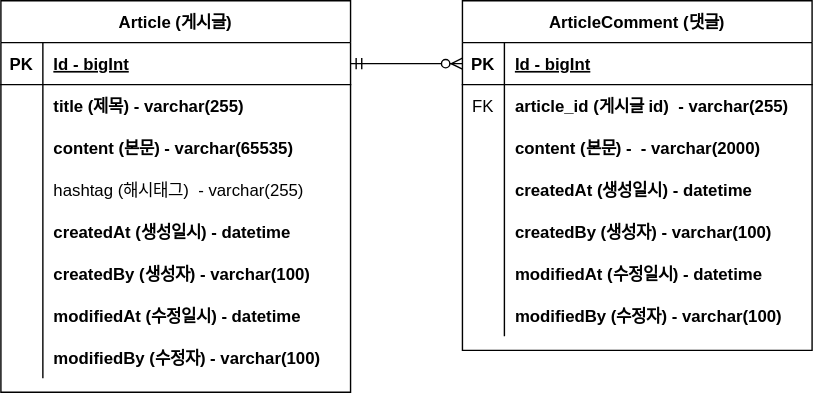
This is document/project-board-erd.svg from TaemHam/board-clonecoding-project, a draw.io export, as it was before one commit. Source tidied: cells renumbered, new cells last; positions are measured from the earlier drawing's top-left corner, leaving out a move shared by most shapes.
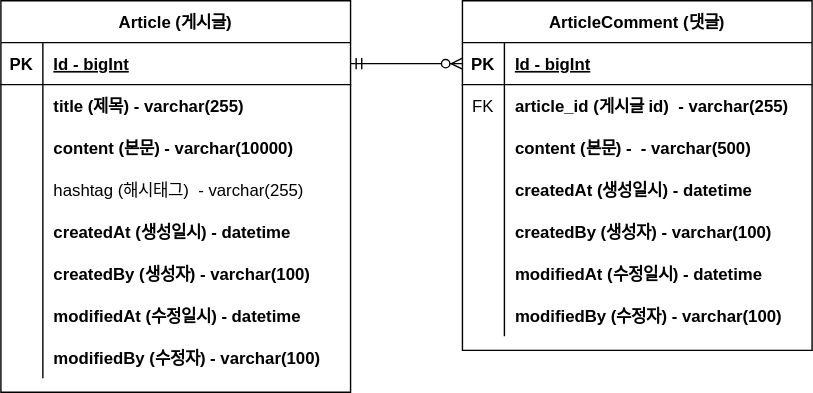
After the commit.

Commit message:
#10 - ERD 업데이트: content 사이즈 변경

Change to the diagram source:
```diff
@@ -29,7 +29,7 @@
     <mxCell id="10" style="shape=partialRectangle;overflow=hidden;fillColor=none;top=0;left=0;bottom=0;right=0;" parent="9" vertex="1">
       <mxGeometry width="30" height="30" as="geometry" />
     </mxCell>
-    <mxCell id="11" value="content (본문) - varchar(65535)" style="shape=partialRectangle;overflow=hidden;fillColor=none;top=0;left=0;bottom=0;right=0;align=left;spacingLeft=6;fontStyle=1;" parent="9" vertex="1">
+    <mxCell id="11" value="content (본문) - varchar(10000)" style="shape=partialRectangle;overflow=hidden;fillColor=none;top=0;left=0;bottom=0;right=0;align=left;spacingLeft=6;fontStyle=1;" parent="9" vertex="1">
       <mxGeometry x="30" width="220" height="30" as="geometry" />
     </mxCell>
     <mxCell id="12" style="shape=partialRectangle;fillColor=none;top=0;left=0;right=0;bottom=0;" parent="2" vertex="1">
@@ -104,7 +104,7 @@
     <mxCell id="35" style="shape=partialRectangle;overflow=hidden;fillColor=none;top=0;left=0;bottom=0;right=0;" parent="34" vertex="1">
       <mxGeometry width="30" height="30" as="geometry" />
     </mxCell>
-    <mxCell id="36" value="content (본문) -  - varchar(2000)" style="shape=partialRectangle;overflow=hidden;fillColor=none;top=0;left=0;bottom=0;right=0;align=left;spacingLeft=6;fontStyle=1;" parent="34" vertex="1">
+    <mxCell id="36" value="content (본문) -  - varchar(500)" style="shape=partialRectangle;overflow=hidden;fillColor=none;top=0;left=0;bottom=0;right=0;align=left;spacingLeft=6;fontStyle=1;" parent="34" vertex="1">
       <mxGeometry x="30" width="220" height="30" as="geometry" />
     </mxCell>
     <mxCell id="37" style="shape=partialRectangle;fillColor=none;top=0;left=0;right=0;bottom=0;" parent="27" vertex="1">
```
